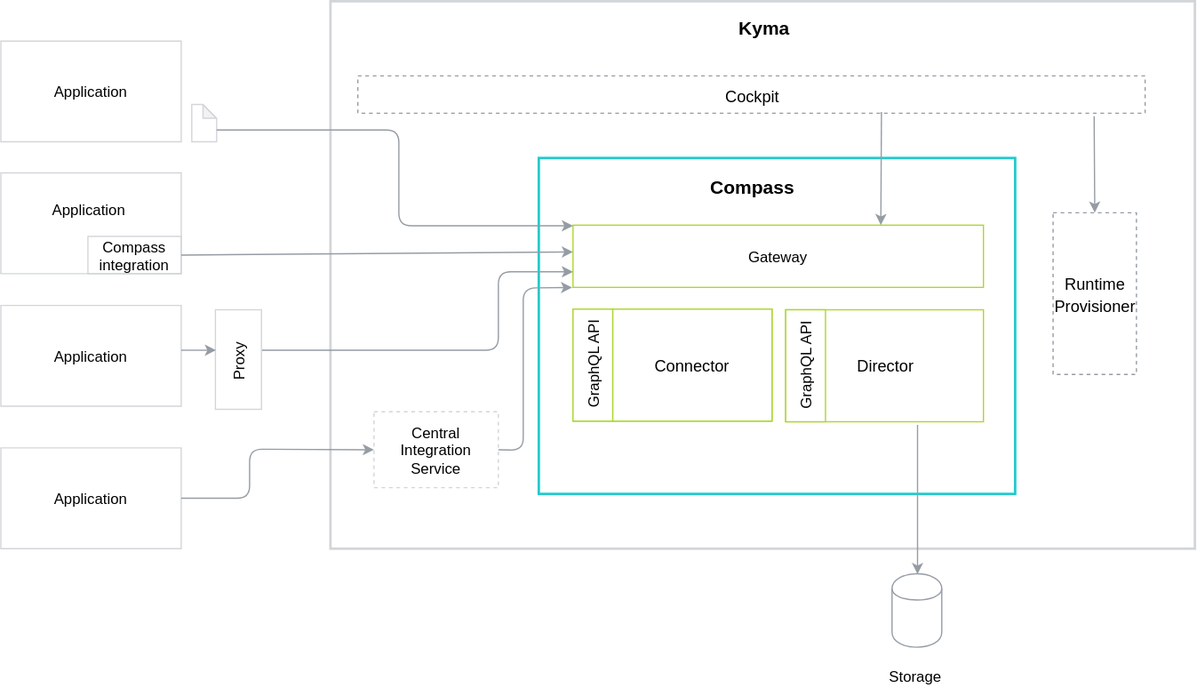
kyma-project/kyma keeps this draw.io diagram as docs/compass/assets/components.svg. Above is the earlier version. Source tidied: cells renumbered, new cells last; positions are measured from the earlier drawing's top-left corner, leaving out a move shared by most shapes.
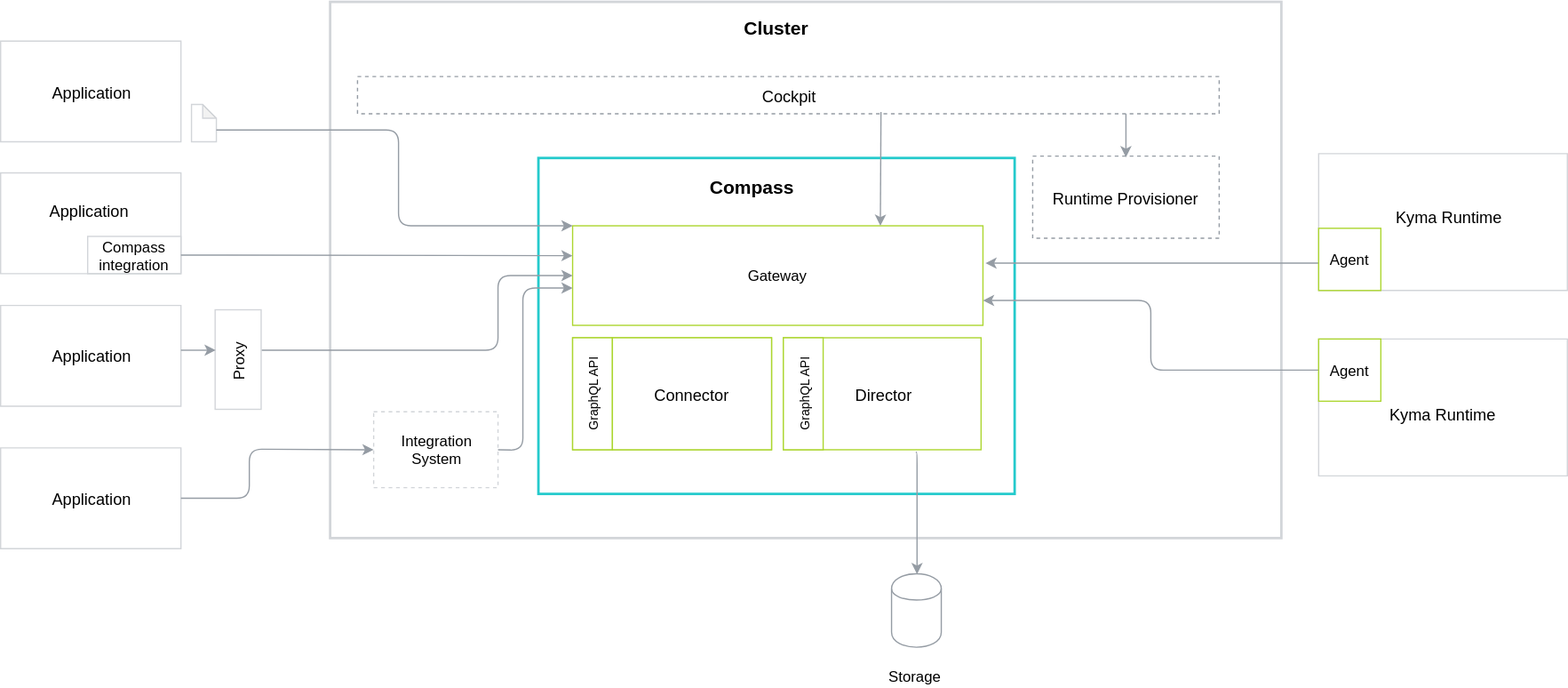
After the change.

Diff of the diagram source:
```diff
@@ -3,15 +3,15 @@
     <mxCell id="0" />
     <mxCell id="1" parent="0" />
     <mxCell id="2" style="rounded=0;whiteSpace=wrap;html=1;labelBackgroundColor=none;strokeColor=#D2D5D9;strokeWidth=2;fillColor=#FFFFFF;gradientColor=none;fontFamily=Helvetica;fontSize=15;fontColor=#000000;" parent="1" vertex="1">
-      <mxGeometry x="265" y="-0.5" width="695" height="440" as="geometry" />
+      <mxGeometry x="265" width="765" height="431" as="geometry" />
     </mxCell>
     <mxCell id="3" style="rounded=0;whiteSpace=wrap;html=1;labelBackgroundColor=none;strokeColor=#24CACC;strokeWidth=2;fillColor=#FFFFFF;gradientColor=none;fontFamily=Helvetica;fontSize=15;fontColor=#000000;" parent="1" vertex="1">
       <mxGeometry x="432.5" y="125.5" width="383" height="270" as="geometry" />
     </mxCell>
     <mxCell id="4" style="group;strokeColor=#ACD62F;" parent="1" vertex="1">
-      <mxGeometry x="460" y="247" width="160" height="90" as="geometry" />
+      <mxGeometry x="460" y="270" width="160" height="90" as="geometry" />
     </mxCell>
-    <mxCell id="5" value="&lt;font style=&quot;font-size: 12px;&quot;&gt;GraphQL API&lt;br style=&quot;font-size: 12px;&quot;&gt;&lt;/font&gt;" style="rounded=0;whiteSpace=wrap;html=1;labelBackgroundColor=none;strokeColor=#ACD62F;strokeWidth=1;fillColor=#FFFFFF;gradientColor=none;fontFamily=Helvetica;fontSize=12;fontColor=#000000;horizontal=0;" parent="4" vertex="1">
+    <mxCell id="5" value="&lt;font&gt;&lt;font style=&quot;font-size: 10px&quot;&gt;GraphQL API&lt;/font&gt;&lt;br style=&quot;font-size: 12px&quot;&gt;&lt;/font&gt;" style="rounded=0;whiteSpace=wrap;html=1;labelBackgroundColor=none;strokeColor=#ACD62F;strokeWidth=1;fillColor=#FFFFFF;gradientColor=none;fontFamily=Helvetica;fontSize=12;fontColor=#000000;horizontal=0;" parent="4" vertex="1">
       <mxGeometry width="32" height="90" as="geometry" />
     </mxCell>
     <mxCell id="6" value="&lt;font style=&quot;font-size: 13px&quot;&gt;Connector&lt;br&gt;&lt;/font&gt;" style="rounded=0;whiteSpace=wrap;html=1;labelBackgroundColor=none;strokeColor=#ACD62F;strokeWidth=1;fillColor=#FFFFFF;gradientColor=none;fontFamily=Helvetica;fontSize=15;fontColor=#000000;" parent="4" vertex="1">
@@ -30,58 +30,49 @@
       <mxGeometry y="71" width="40" height="20" as="geometry" />
     </mxCell>
     <mxCell id="11" value="&lt;font style=&quot;font-size: 13px&quot;&gt;Cockpit&lt;br&gt;&lt;/font&gt;" style="rounded=0;whiteSpace=wrap;html=1;labelBackgroundColor=none;strokeColor=#959CA4;strokeWidth=1;fillColor=#FFFFFF;gradientColor=none;fontFamily=Helvetica;fontSize=15;fontColor=#000000;dashed=1;" parent="1" vertex="1">
-      <mxGeometry x="287" y="59.5" width="633" height="30" as="geometry" />
+      <mxGeometry x="287" y="60" width="693" height="30" as="geometry" />
     </mxCell>
-    <mxCell id="12" value="&lt;b&gt;Kyma&lt;br&gt;&lt;/b&gt;" style="text;html=1;strokeColor=none;fillColor=none;align=center;verticalAlign=middle;whiteSpace=wrap;rounded=0;labelBackgroundColor=none;fontFamily=Helvetica;fontSize=15;fontColor=#000000;" parent="1" vertex="1">
-      <mxGeometry x="543.5" y="2.5" width="138" height="37" as="geometry" />
+    <mxCell id="12" value="&lt;b&gt;Cluster&lt;br&gt;&lt;/b&gt;" style="text;html=1;strokeColor=none;fillColor=none;align=center;verticalAlign=middle;whiteSpace=wrap;rounded=0;labelBackgroundColor=none;fontFamily=Helvetica;fontSize=15;fontColor=#000000;" parent="1" vertex="1">
+      <mxGeometry x="555" y="2.5" width="138" height="37" as="geometry" />
     </mxCell>
-    <mxCell id="13" style="edgeStyle=orthogonalEdgeStyle;jettySize=auto;html=1;entryX=0.5;entryY=0;entryDx=0;entryDy=0;startFill=0;strokeColor=#959CA4;strokeWidth=1;fontSize=15;" parent="1" edge="1" target="9">
+    <mxCell id="13" style="edgeStyle=orthogonalEdgeStyle;jettySize=auto;html=1;entryX=0.5;entryY=0;entryDx=0;entryDy=0;startFill=0;strokeColor=#959CA4;strokeWidth=1;fontSize=15;exitX=0.67;exitY=1.017;exitDx=0;exitDy=0;exitPerimeter=0;" parent="1" edge="1" source="19" target="9">
       <mxGeometry relative="1" as="geometry">
-        <mxPoint x="737" y="340" as="sourcePoint" />
         <Array as="points">
-          <mxPoint x="737" y="400" />
+          <mxPoint x="737" y="362" />
         </Array>
       </mxGeometry>
     </mxCell>
-    <mxCell id="14" style="rounded=1;jettySize=auto;html=1;exitX=0.5;exitY=0;exitDx=0;exitDy=0;startArrow=classic;startFill=1;endArrow=none;endFill=0;strokeColor=#959CA4;" parent="1" edge="1" source="15">
-      <mxGeometry relative="1" as="geometry">
-        <mxPoint x="879" y="92" as="targetPoint" />
-        <Array as="points">
-          <mxPoint x="879" y="92" />
-        </Array>
-      </mxGeometry>
-    </mxCell>
     <mxCell id="15" value="&lt;font style=&quot;font-size: 13px&quot;&gt;Runtime Provisioner&lt;br&gt;&lt;/font&gt;" style="rounded=0;whiteSpace=wrap;html=1;labelBackgroundColor=none;strokeColor=#959CA4;strokeWidth=1;fillColor=#FFFFFF;gradientColor=none;fontFamily=Helvetica;fontSize=15;fontColor=#000000;dashed=1;" parent="1" vertex="1">
-      <mxGeometry x="846" y="169.5" width="67" height="130" as="geometry" />
+      <mxGeometry x="830" y="124" width="150" height="66" as="geometry" />
     </mxCell>
-    <mxCell id="16" value="Application" style="shape=parallelogram;perimeter=parallelogramPerimeter;whiteSpace=wrap;html=1;size=0;strokeColor=#D2D5D9;" parent="1" vertex="1">
+    <mxCell id="16" value="&lt;font style=&quot;font-size: 13px&quot;&gt;Application&lt;/font&gt;" style="shape=parallelogram;perimeter=parallelogramPerimeter;whiteSpace=wrap;html=1;size=0;strokeColor=#D2D5D9;" parent="1" vertex="1">
       <mxGeometry y="31.5" width="145" height="81" as="geometry" />
     </mxCell>
     <mxCell id="17" style="shape=note;whiteSpace=wrap;html=1;backgroundOutline=1;darkOpacity=0.05;fillColor=none;fontSize=8;size=11;strokeColor=#D2D5D9;" parent="1" vertex="1">
       <mxGeometry x="153.5" y="82.5" width="20" height="30" as="geometry" />
     </mxCell>
     <mxCell id="18" value="Gateway" style="rounded=0;whiteSpace=wrap;html=1;strokeColor=#ACD62F;fillColor=none;" parent="1" vertex="1">
-      <mxGeometry x="460" y="179.5" width="330" height="50" as="geometry" />
+      <mxGeometry x="460" y="180" width="330" height="80" as="geometry" />
     </mxCell>
     <mxCell id="19" value="&lt;font style=&quot;font-size: 13px&quot;&gt;Director&lt;/font&gt;" style="rounded=0;whiteSpace=wrap;html=1;strokeColor=#ACD62F;fillColor=none;" parent="1" vertex="1">
-      <mxGeometry x="631" y="247.5" width="159" height="90" as="geometry" />
+      <mxGeometry x="629.5" y="270" width="159" height="90" as="geometry" />
     </mxCell>
-    <mxCell id="20" value="Central Integration&lt;br&gt;Service" style="rounded=0;whiteSpace=wrap;html=1;strokeColor=#D2D5D9;strokeWidth=1;dashed=1;" parent="1" vertex="1">
+    <mxCell id="20" value="Integration&lt;br&gt;System" style="rounded=0;whiteSpace=wrap;html=1;strokeColor=#D2D5D9;strokeWidth=1;dashed=1;" parent="1" vertex="1">
       <mxGeometry x="300" y="329.5" width="100" height="61" as="geometry" />
     </mxCell>
     <mxCell id="21" style="shape=parallelogram;perimeter=parallelogramPerimeter;whiteSpace=wrap;html=1;size=0;strokeColor=#D2D5D9;" parent="1" vertex="1">
       <mxGeometry y="137.5" width="145" height="81" as="geometry" />
     </mxCell>
-    <mxCell id="22" value="Application" style="shape=parallelogram;perimeter=parallelogramPerimeter;whiteSpace=wrap;html=1;size=0;strokeColor=#D2D5D9;" parent="1" vertex="1">
+    <mxCell id="22" value="&lt;font style=&quot;font-size: 13px&quot;&gt;Application&lt;/font&gt;" style="shape=parallelogram;perimeter=parallelogramPerimeter;whiteSpace=wrap;html=1;size=0;strokeColor=#D2D5D9;" parent="1" vertex="1">
       <mxGeometry y="244" width="145" height="81" as="geometry" />
     </mxCell>
-    <mxCell id="23" value="Application" style="shape=parallelogram;perimeter=parallelogramPerimeter;whiteSpace=wrap;html=1;size=0;strokeColor=#D2D5D9;" parent="1" vertex="1">
+    <mxCell id="23" value="&lt;font style=&quot;font-size: 13px&quot;&gt;Application&lt;/font&gt;" style="shape=parallelogram;perimeter=parallelogramPerimeter;whiteSpace=wrap;html=1;size=0;strokeColor=#D2D5D9;" parent="1" vertex="1">
       <mxGeometry y="358.5" width="145" height="81" as="geometry" />
     </mxCell>
     <mxCell id="24" value="Compass&lt;br&gt;integration" style="rounded=0;whiteSpace=wrap;html=1;strokeColor=#D2D5D9;strokeWidth=1;fillColor=none;" parent="1" vertex="1">
       <mxGeometry x="70" y="188.5" width="75" height="30" as="geometry" />
     </mxCell>
-    <mxCell id="25" value="Application" style="text;html=1;strokeColor=none;fillColor=none;align=center;verticalAlign=middle;whiteSpace=wrap;rounded=0;" parent="1" vertex="1">
+    <mxCell id="25" value="&lt;font style=&quot;font-size: 13px&quot;&gt;Application&lt;/font&gt;" style="text;html=1;strokeColor=none;fillColor=none;align=center;verticalAlign=middle;whiteSpace=wrap;rounded=0;" parent="1" vertex="1">
       <mxGeometry x="50" y="157" width="40" height="20" as="geometry" />
     </mxCell>
     <mxCell id="26" style="rounded=0;whiteSpace=wrap;html=1;strokeColor=#D2D5D9;strokeWidth=1;fillColor=none;spacing=4;" parent="1" vertex="1">
@@ -107,20 +98,23 @@
         </Array>
       </mxGeometry>
     </mxCell>
-    <mxCell id="30" style="endArrow=classic;html=1;strokeColor=#959CA4;exitX=1;exitY=0.5;exitDx=0;exitDy=0;entryX=0;entryY=0.43;entryDx=0;entryDy=0;entryPerimeter=0;" parent="1" edge="1" source="24" target="18">
-      <mxGeometry relative="1" as="geometry" />
+    <mxCell id="30" style="endArrow=classic;html=1;strokeColor=#959CA4;exitX=1;exitY=0.5;exitDx=0;exitDy=0;" parent="1" edge="1" source="24">
+      <mxGeometry relative="1" as="geometry">
+        <mxPoint x="460" y="204" as="targetPoint" />
+      </mxGeometry>
     </mxCell>
-    <mxCell id="31" style="endArrow=classic;html=1;strokeColor=#959CA4;entryX=0;entryY=0.75;entryDx=0;entryDy=0;" parent="1" edge="1" target="18">
+    <mxCell id="31" style="endArrow=classic;html=1;strokeColor=#959CA4;entryX=0;entryY=0.5;entryDx=0;entryDy=0;" parent="1" edge="1" target="18">
       <mxGeometry relative="1" as="geometry">
         <mxPoint x="210" y="280" as="sourcePoint" />
         <Array as="points">
           <mxPoint x="400" y="280" />
-          <mxPoint x="400" y="217" />
+          <mxPoint x="400" y="220" />
         </Array>
       </mxGeometry>
     </mxCell>
-    <mxCell id="32" style="endArrow=classic;html=1;strokeColor=#959CA4;exitX=1;exitY=0.5;exitDx=0;exitDy=0;entryX=-0.002;entryY=1.001;entryDx=0;entryDy=0;entryPerimeter=0;" parent="1" edge="1" source="20" target="18">
+    <mxCell id="32" style="endArrow=classic;html=1;strokeColor=#959CA4;exitX=1;exitY=0.5;exitDx=0;exitDy=0;" parent="1" edge="1" source="20">
       <mxGeometry relative="1" as="geometry">
+        <mxPoint x="460" y="230" as="targetPoint" />
         <Array as="points">
           <mxPoint x="420" y="360.5" />
           <mxPoint x="420" y="230" />
@@ -138,8 +132,37 @@
         <mxPoint x="173" y="280" as="targetPoint" />
       </mxGeometry>
     </mxCell>
-    <mxCell id="35" value="&lt;font style=&quot;font-size: 12px;&quot;&gt;GraphQL API&lt;br style=&quot;font-size: 12px;&quot;&gt;&lt;/font&gt;" style="rounded=0;whiteSpace=wrap;html=1;labelBackgroundColor=none;strokeColor=#ACD62F;strokeWidth=1;fillColor=#FFFFFF;gradientColor=none;fontFamily=Helvetica;fontSize=12;fontColor=#000000;horizontal=0;" parent="1" vertex="1">
-      <mxGeometry x="631" y="247.5" width="32" height="90" as="geometry" />
+    <mxCell id="35" value="&lt;font&gt;&lt;font style=&quot;font-size: 10px&quot;&gt;GraphQL API&lt;/font&gt;&lt;br style=&quot;font-size: 12px&quot;&gt;&lt;/font&gt;" style="rounded=0;whiteSpace=wrap;html=1;labelBackgroundColor=none;strokeColor=#ACD62F;strokeWidth=1;fillColor=#FFFFFF;gradientColor=none;fontFamily=Helvetica;fontSize=12;fontColor=#000000;horizontal=0;" parent="1" vertex="1">
+      <mxGeometry x="629.5" y="270" width="32" height="90" as="geometry" />
     </mxCell>
+    <mxCell id="36" style="shape=parallelogram;perimeter=parallelogramPerimeter;whiteSpace=wrap;html=1;size=0;strokeColor=#D2D5D9;" parent="1" vertex="1">
+      <mxGeometry x="1060" y="122" width="200" height="110" as="geometry" />
+    </mxCell>
+    <mxCell id="37" style="shape=parallelogram;perimeter=parallelogramPerimeter;whiteSpace=wrap;html=1;size=0;strokeColor=#D2D5D9;" parent="1" vertex="1">
+      <mxGeometry x="1060" y="271" width="200" height="110" as="geometry" />
+    </mxCell>
+    <mxCell id="38" style="edgeStyle=orthogonalEdgeStyle;rounded=1;jettySize=auto;html=1;exitX=0;exitY=0.56;exitDx=0;exitDy=0;strokeColor=#959CA4;entryX=1.006;entryY=0.375;entryDx=0;entryDy=0;entryPerimeter=0;exitPerimeter=0;" parent="1" edge="1" source="39" target="18">
+      <mxGeometry relative="1" as="geometry" />
+    </mxCell>
+    <mxCell id="39" value="Agent" style="whiteSpace=wrap;html=1;strokeColor=#ACD62F;" parent="1" vertex="1">
+      <mxGeometry x="1060" y="182" width="50" height="50" as="geometry" />
+    </mxCell>
+    <mxCell id="40" style="edgeStyle=orthogonalEdgeStyle;rounded=1;jettySize=auto;html=1;exitX=0;exitY=0.5;exitDx=0;exitDy=0;entryX=1;entryY=0.75;entryDx=0;entryDy=0;strokeColor=#959CA4;" parent="1" edge="1" source="41" target="18">
+      <mxGeometry relative="1" as="geometry" />
+    </mxCell>
+    <mxCell id="41" value="Agent" style="whiteSpace=wrap;html=1;strokeColor=#ACD62F;" parent="1" vertex="1">
+      <mxGeometry x="1060" y="271" width="50" height="50" as="geometry" />
+    </mxCell>
+    <mxCell id="42" value="&lt;font style=&quot;font-size: 13px&quot;&gt;Kyma Runtime&lt;/font&gt;" style="text;html=1;strokeColor=none;fillColor=none;align=center;verticalAlign=middle;whiteSpace=wrap;rounded=0;" parent="1" vertex="1">
+      <mxGeometry x="1110" y="162" width="110" height="20" as="geometry" />
+    </mxCell>
+    <mxCell id="43" value="&lt;font style=&quot;font-size: 13px&quot;&gt;Kyma Runtime&lt;/font&gt;" style="text;html=1;strokeColor=none;fillColor=none;align=center;verticalAlign=middle;whiteSpace=wrap;rounded=0;" parent="1" vertex="1">
+      <mxGeometry x="1110" y="321" width="100" height="20" as="geometry" />
+    </mxCell>
+    <mxCell id="44" style="endArrow=classic;html=1;strokeColor=#959CA4;entryX=0.5;entryY=0.015;entryDx=0;entryDy=0;entryPerimeter=0;" parent="1" edge="1" target="15">
+      <mxGeometry relative="1" as="geometry">
+        <mxPoint x="905" y="90" as="sourcePoint" />
+      </mxGeometry>
+    </mxCell>
   </root>
 </mxGraphModel>
```
